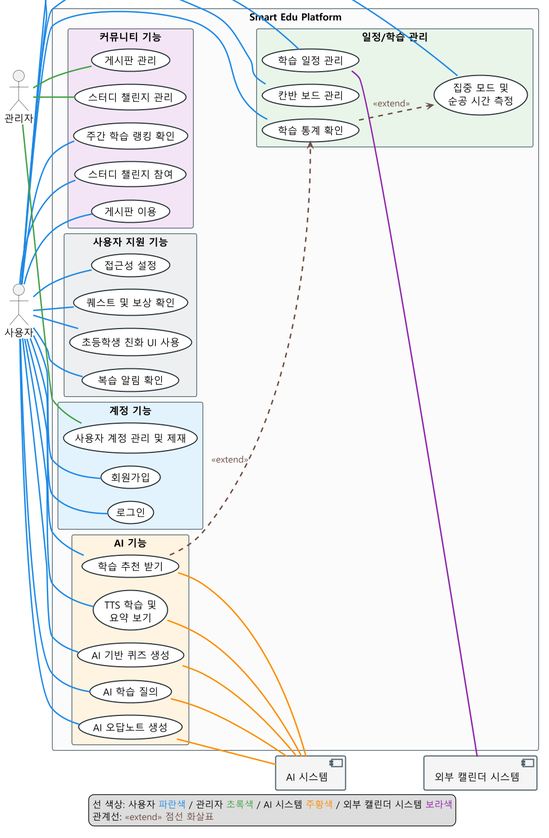
Earlier version of the PlantUML export screenshots/usecase-diagram.png (jeongiryang/SoftwareEngineering_team15_project_-Smart-Edu-Platform). Its source is kept beside it as docs/requirements/usecase-diagram.puml.
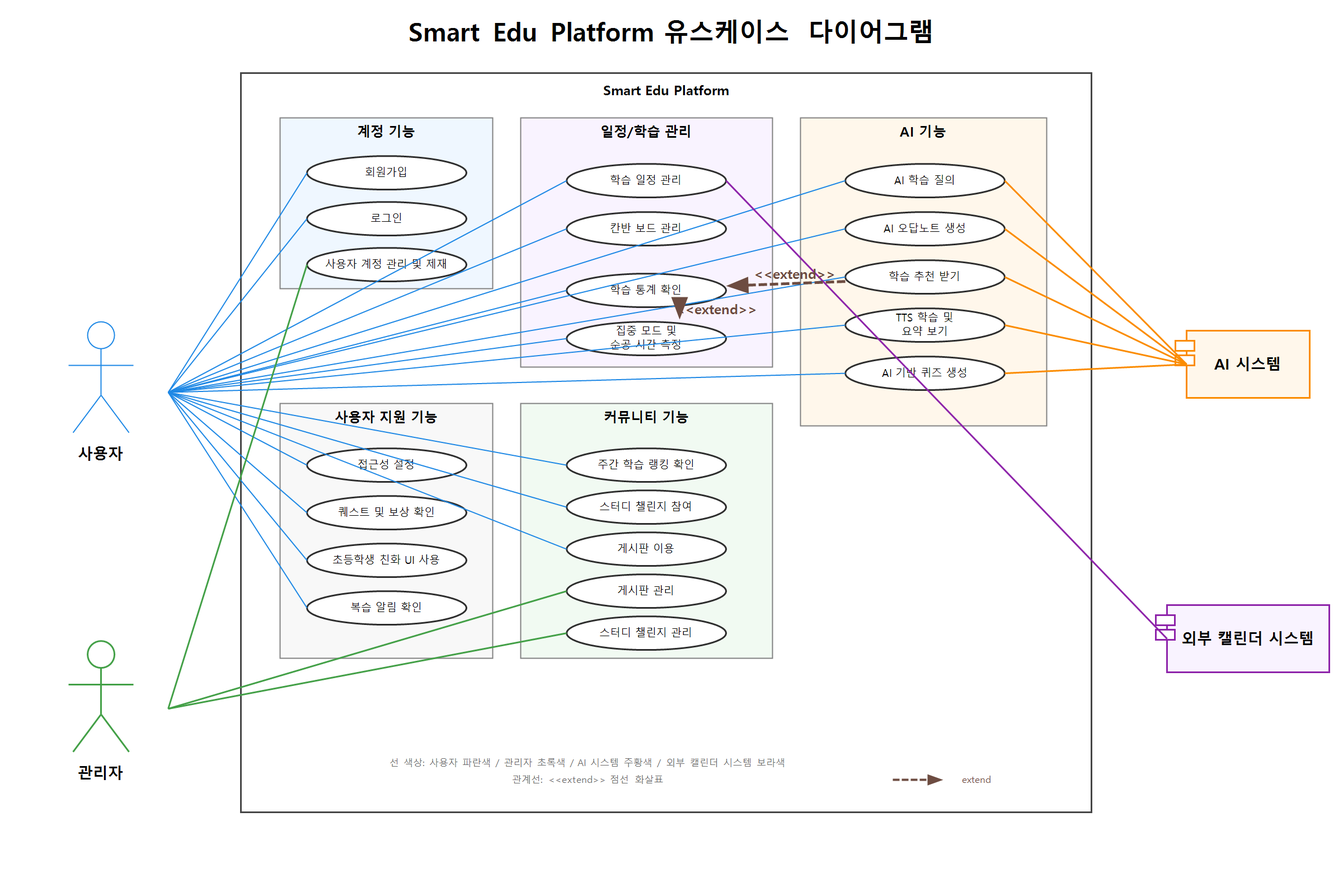
After the commit.

Commit message:
[docs] 유스케이스 다이어그램 기존 레이아웃 복원

Change to the diagram source:
```diff
@@ -1,63 +1,37 @@
 @startuml
-!pragma layout smetana
 left to right direction
 skinparam shadowing false
 skinparam packageStyle rectangle
-skinparam dpi 120
-skinparam defaultFontName Malgun Gothic
-skinparam ArrowThickness 2
 skinparam usecase {
   BackgroundColor #FFFFFF
-  BorderColor #263238
-  BorderThickness 1.5
+  BorderColor #333333
   FontName Malgun Gothic
-  FontSize 14
 }
 skinparam actor {
   FontName Malgun Gothic
-  FontSize 14
-  BorderColor #263238
 }
 skinparam component {
   FontName Malgun Gothic
-  FontSize 14
-  BorderColor #455A64
-  BackgroundColor #F5F5F5
-  BorderThickness 1.5
-}
-skinparam package {
-  FontName Malgun Gothic
-  FontSize 15
-  FontStyle bold
-  BorderColor #90A4AE
-}
-skinparam rectangle {
-  BorderColor #455A64
-  BackgroundColor #FAFAFA
-}
-skinparam legend {
-  FontName Malgun Gothic
-  FontSize 13
 }
 
 actor "사용자" as User
 actor "관리자" as Admin
 
 rectangle "Smart Edu Platform" {
-  package "계정 기능" as AccountGroup #E3F2FD {
+  package "계정 기능" {
     usecase "회원가입" as UC01
     usecase "로그인" as UC02
     usecase "사용자 계정 관리 및 제재" as UC20
   }
 
-  package "일정/학습 관리" as ScheduleGroup #E8F5E9 {
+  package "일정/학습 관리" {
     usecase "학습 일정 관리" as UC03
     usecase "칸반 보드 관리" as UC04
     usecase "학습 통계 확인" as UC11
     usecase "집중 모드 및\n순공 시간 측정" as UC12
   }
 
-  package "AI 기능" as AIGroup #FFF3E0 {
+  package "AI 기능" {
     usecase "AI 학습 질의" as UC05
     usecase "AI 오답노트 생성" as UC06
     usecase "학습 추천 받기" as UC07
@@ -65,7 +39,7 @@
     usecase "AI 기반 퀴즈 생성" as UC19
   }
 
-  package "커뮤니티 기능" as CommunityGroup #F3E5F5 {
+  package "커뮤니티 기능" {
     usecase "주간 학습 랭킹 확인" as UC08
     usecase "스터디 챌린지 참여" as UC09
     usecase "게시판 이용" as UC10
@@ -73,51 +47,50 @@
     usecase "스터디 챌린지 관리" as UC21
   }
 
-  package "사용자 지원 기능" as SupportGroup #ECEFF1 {
+  package "사용자 지원 기능" {
     usecase "접근성 설정" as UC14
     usecase "퀘스트 및 보상 확인" as UC15
     usecase "초등학생 친화 UI 사용" as UC16
     usecase "복습 알림 확인" as UC17
   }
-
 }
 
 component "AI 시스템" as AISystem
 component "외부 캘린더 시스템" as CalendarSystem
 
-User -[#1E88E5]- UC01
-User -[#1E88E5]- UC02
-User -[#1E88E5]- UC03
-User -[#1E88E5]- UC04
-User -[#1E88E5]- UC05
-User -[#1E88E5]- UC06
-User -[#1E88E5]- UC07
-User -[#1E88E5]- UC08
-User -[#1E88E5]- UC09
-User -[#1E88E5]- UC10
-User -[#1E88E5]- UC11
-User -[#1E88E5]- UC12
-User -[#1E88E5]- UC13
-User -[#1E88E5]- UC14
-User -[#1E88E5]- UC15
-User -[#1E88E5]- UC16
-User -[#1E88E5]- UC17
-User -[#1E88E5]- UC19
+User -[#1E88E5]-> UC01
+User -[#1E88E5]-> UC02
+User -[#1E88E5]-> UC03
+User -[#1E88E5]-> UC04
+User -[#1E88E5]-> UC05
+User -[#1E88E5]-> UC06
+User -[#1E88E5]-> UC07
+User -[#1E88E5]-> UC08
+User -[#1E88E5]-> UC09
+User -[#1E88E5]-> UC10
+User -[#1E88E5]-> UC11
+User -[#1E88E5]-> UC12
+User -[#1E88E5]-> UC13
+User -[#1E88E5]-> UC14
+User -[#1E88E5]-> UC15
+User -[#1E88E5]-> UC16
+User -[#1E88E5]-> UC17
+User -[#1E88E5]-> UC19
 
-Admin -[#43A047]- UC18
-Admin -[#43A047]- UC20
-Admin -[#43A047]- UC21
+Admin -[#43A047]-> UC18
+Admin -[#43A047]-> UC20
+Admin -[#43A047]-> UC21
 
-UC05 -[#FB8C00]- AISystem
-UC06 -[#FB8C00]- AISystem
-UC07 -[#FB8C00]- AISystem
-UC13 -[#FB8C00]- AISystem
-UC19 -[#FB8C00]- AISystem
+UC05 -[#FB8C00]-> AISystem
+UC06 -[#FB8C00]-> AISystem
+UC07 -[#FB8C00]-> AISystem
+UC13 -[#FB8C00]-> AISystem
+UC19 -[#FB8C00]-> AISystem
 
-UC03 -[#8E24AA]- CalendarSystem
+UC03 -[#8E24AA]-> CalendarSystem
 
-UC11 -[#6D4C41,dashed,thickness=2]-> UC12 : <color:#6D4C41><<extend>></color>
-UC07 -[#6D4C41,dashed,thickness=2]-> UC11 : <color:#6D4C41><<extend>></color>
+UC11 -[#6D4C41,dashed,thickness=3]-> UC12 : <color:#6D4C41><size:16><<extend>></size></color>
+UC07 -[#6D4C41,dashed,thickness=3]-> UC11 : <color:#6D4C41><size:16><<extend>></size></color>
 
 legend bottom
   선 색상: 사용자 <color:#1E88E5>파란색</color> / 관리자 <color:#43A047>초록색</color> / AI 시스템 <color:#FB8C00>주황색</color> / 외부 캘린더 시스템 <color:#8E24AA>보라색</color>
```
